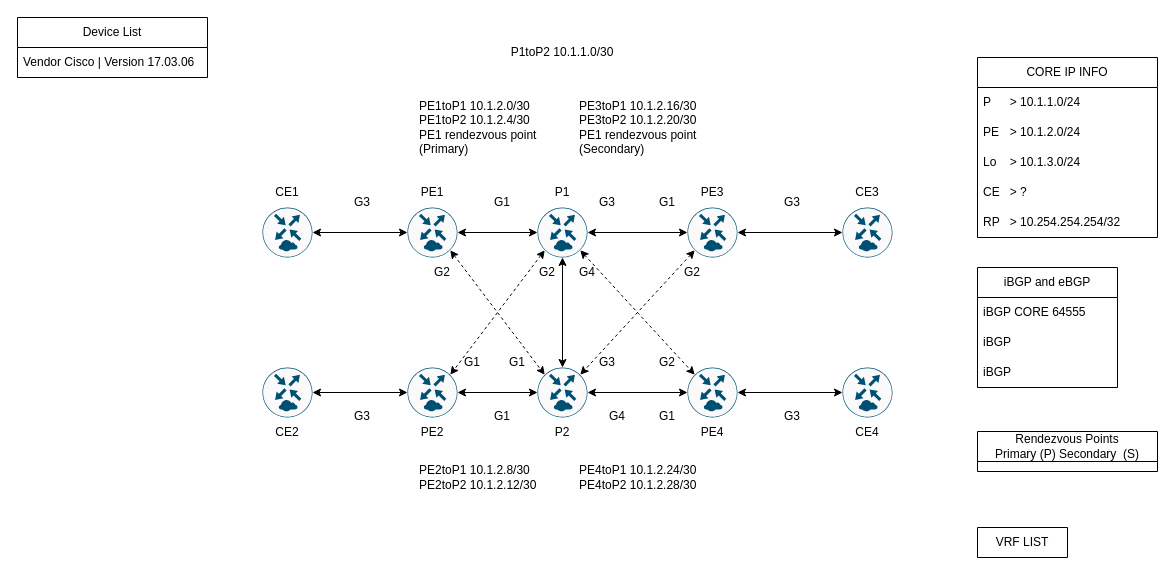
Before: page "MPLS CORE P Configuration" (3 of 3) of MPLS.drawio in vxmaster/CML, a draw.io diagram. Source tidied: cells renumbered, new cells numbered last; positions are measured from the earlier drawing's top-left corner, leaving out a move shared by most shapes. Both pictures are drawn from the tidied source at 100%, with x=0, y=0 at pixel (17, 17).
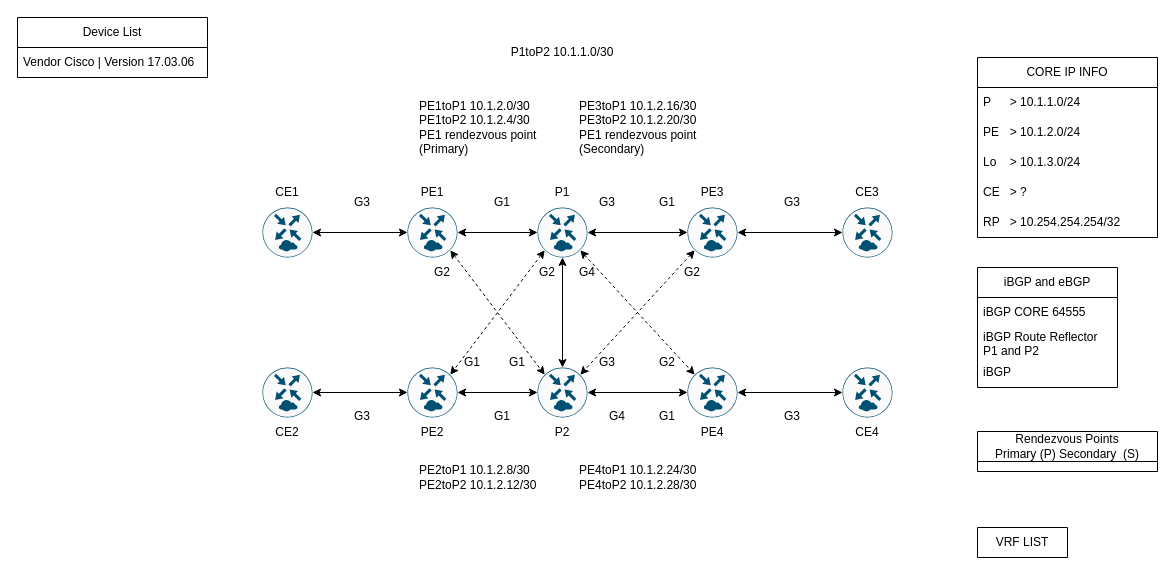
After the change.

The change refers to these unchanged cells:
```xml
<mxCell id="75" value="iBGP and eBGP" style="swimlane;fontStyle=0;horizontal=1;startSize=30;whiteSpace=wrap;html=1;" parent="1" vertex="1">
  <mxGeometry x="960" y="250" width="140" height="120" as="geometry" />
</mxCell>
```

Diff of the diagram source:
```diff
@@
-    <mxCell id="77" value="iBGP" style="text;strokeColor=none;fillColor=none;align=left;verticalAlign=middle;spacingLeft=4;spacingRight=4;overflow=hidden;whiteSpace=wrap;html=1;" parent="75" vertex="1">
+    <mxCell id="77" value="iBGP Route Reflector P1 and P2" style="text;strokeColor=none;fillColor=none;align=left;verticalAlign=middle;spacingLeft=4;spacingRight=4;overflow=hidden;whiteSpace=wrap;html=1;" parent="75" vertex="1">
       <mxGeometry y="60" width="140" height="30" as="geometry" />
     </mxCell>
```
